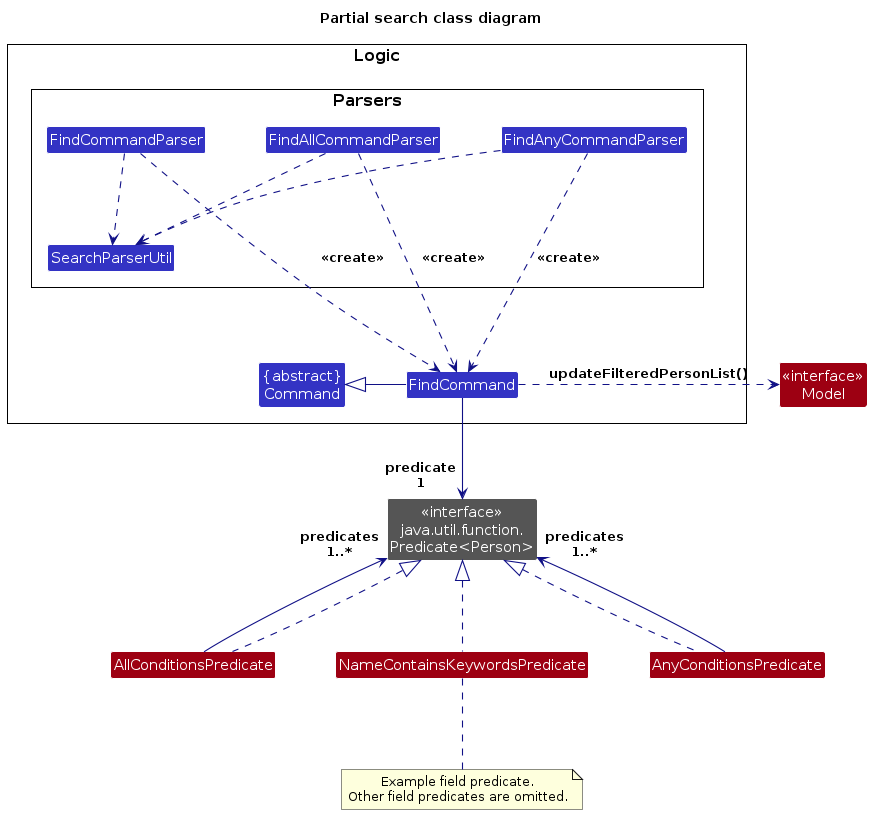
AY2627S1-CS2103T-T17-3/tp keeps this PlantUML diagram as diagrams/SearchClassDiagram.png. Above is the earlier version. Its source is kept beside it as diagrams/SearchClassDiagram.puml. The source it was exported from:
```plantuml
@startuml
!include style.puml
skinparam style strictuml
skinparam arrowThickness 1.1
skinparam arrowColor LOGIC_COLOR_T4
skinparam classBackgroundColor LOGIC_COLOR
skinparam genericDisplay old
skinparam nodesep 60
skinparam ranksep 90

title Partial search class diagram

package Logic as LogicPackage {
    package Parsers as ParserPackage {
        class FindCommandParser
        class FindAllCommandParser
        class FindAnyCommandParser
        class SearchParserUtil
    }

    class "{abstract}\nCommand" as Command
    class FindCommand
}

class "<<interface>>\nModel" as Model MODEL_COLOR

together {
    class AllConditionsPredicate MODEL_COLOR
    class AnyConditionsPredicate MODEL_COLOR
    class NameContainsKeywordsPredicate MODEL_COLOR
}

class "<<interface>>\njava.util.function.\nPredicate<Person>" as PersonPredicate #555555

FindCommandParser ..> SearchParserUtil
FindAllCommandParser ..> SearchParserUtil
FindAnyCommandParser ..> SearchParserUtil

FindCommandParser ..> FindCommand : <<create>>
FindAllCommandParser ..> FindCommand : <<create>>
FindAnyCommandParser ..> FindCommand : <<create>>
SearchParserUtil -[hidden]down-> FindCommand
FindCommand -left-|> Command

FindCommand -down-> "predicate\n1" PersonPredicate
FindCommand .right.> Model : updateFilteredPersonList()

AllConditionsPredicate -up-> "predicates\n1..*" PersonPredicate
AllConditionsPredicate .up.|> PersonPredicate
AnyConditionsPredicate .up.|> PersonPredicate
NameContainsKeywordsPredicate .up.|> PersonPredicate
AnyConditionsPredicate -up-> "predicates\n1..*" PersonPredicate

AllConditionsPredicate -[hidden]right-> NameContainsKeywordsPredicate
NameContainsKeywordsPredicate -[hidden]right-> AnyConditionsPredicate

note as FieldPredicateNote
    Example field predicate.
    Other field predicates are omitted.
end note
NameContainsKeywordsPredicate .. FieldPredicateNote

@enduml
```
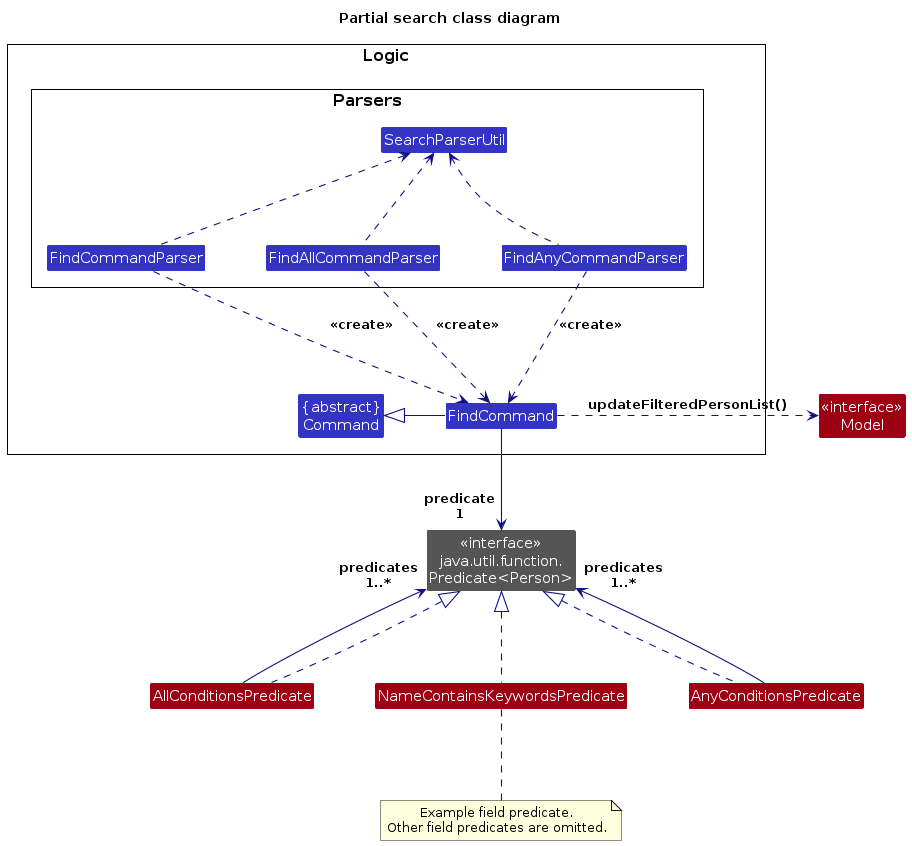
The same file after the commit.

Diff of the diagram source:
```diff
@@ -32,13 +32,13 @@
 
 class "<<interface>>\njava.util.function.\nPredicate<Person>" as PersonPredicate #555555
 
-FindCommandParser ..> SearchParserUtil
-FindAllCommandParser ..> SearchParserUtil
-FindAnyCommandParser ..> SearchParserUtil
+FindCommandParser .up.> SearchParserUtil
+FindAllCommandParser .up.> SearchParserUtil
+FindAnyCommandParser .up.> SearchParserUtil
 
-FindCommandParser ..> FindCommand : <<create>>
-FindAllCommandParser ..> FindCommand : <<create>>
-FindAnyCommandParser ..> FindCommand : <<create>>
+FindCommandParser .down.> FindCommand : <<create>>\n
+FindAllCommandParser .down.> FindCommand : <<create>>\n
+FindAnyCommandParser .down.> FindCommand : <<create>>\n
 SearchParserUtil -[hidden]down-> FindCommand
 FindCommand -left-|> Command
 
```
